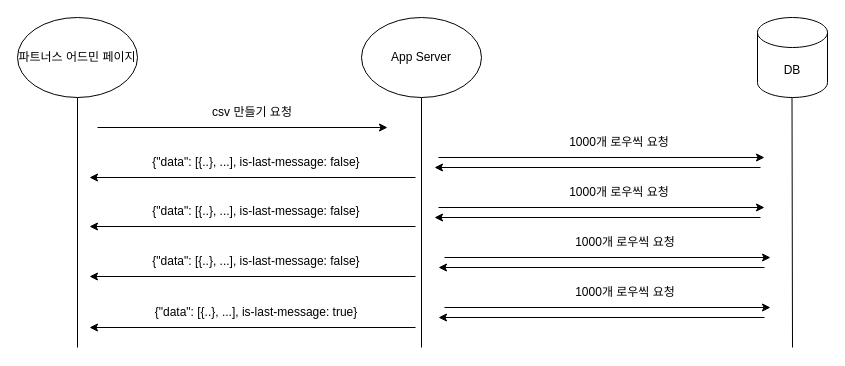
Before: csv-download.drawio in kindtiger95/drawio, a draw.io diagram. Source tidied: cells renumbered, new cells numbered last; positions are measured from the earlier drawing's top-left corner, leaving out a move shared by most shapes. Both pictures are drawn from the tidied source at 100%, with x=0, y=0 at pixel (17, 17).
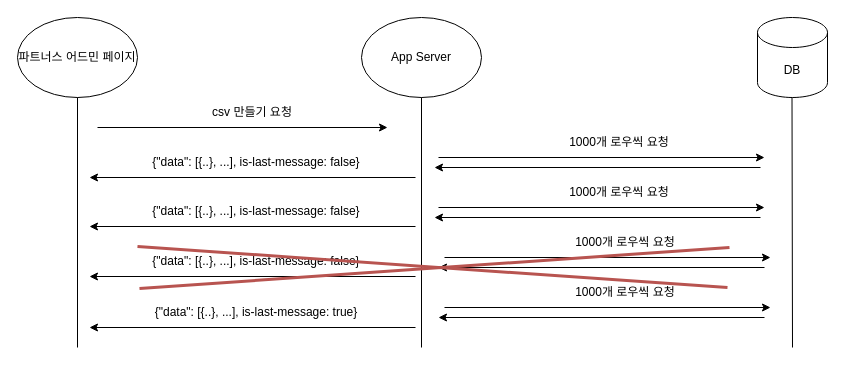
After the change.

The edit, as a diff of the source:
```diff
@@
+    <mxCell id="30" style="endArrow=none;html=1;rounded=0;fillColor=#f8cecc;strokeColor=#b85450;strokeWidth=3;" parent="1" edge="1">
+      <mxGeometry relative="1" as="geometry">
+        <mxPoint x="120" y="229" as="sourcePoint" />
+        <mxPoint x="710" y="270" as="targetPoint" />
+      </mxGeometry>
+    </mxCell>
+    <mxCell id="31" style="endArrow=none;html=1;rounded=0;fillColor=#f8cecc;strokeColor=#b85450;strokeWidth=3;" parent="1" edge="1">
+      <mxGeometry relative="1" as="geometry">
+        <mxPoint x="122" y="271" as="sourcePoint" />
+        <mxPoint x="712" y="230" as="targetPoint" />
+      </mxGeometry>
+    </mxCell>
```
